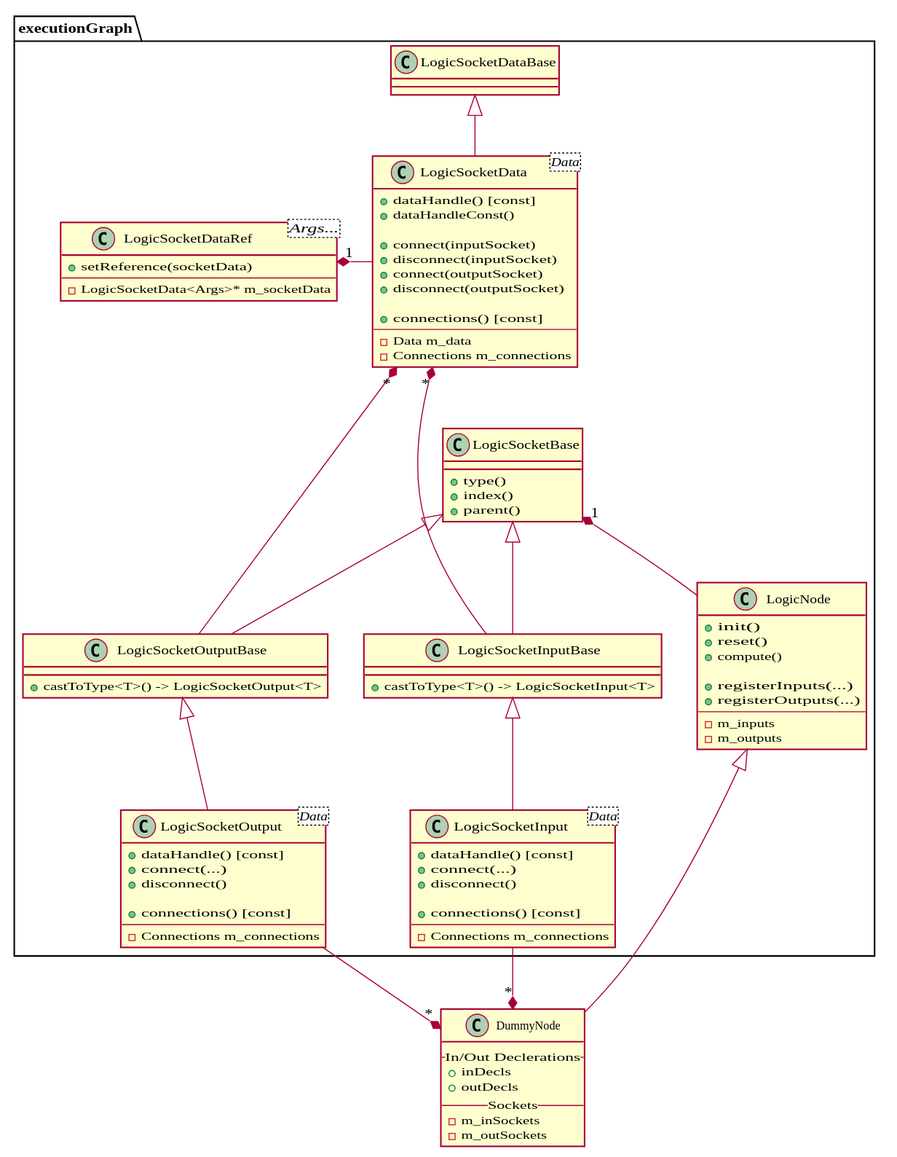
gabyx/ExecutionGraph keeps this PlantUML diagram as docs/design/core.svg. Above is the earlier version.
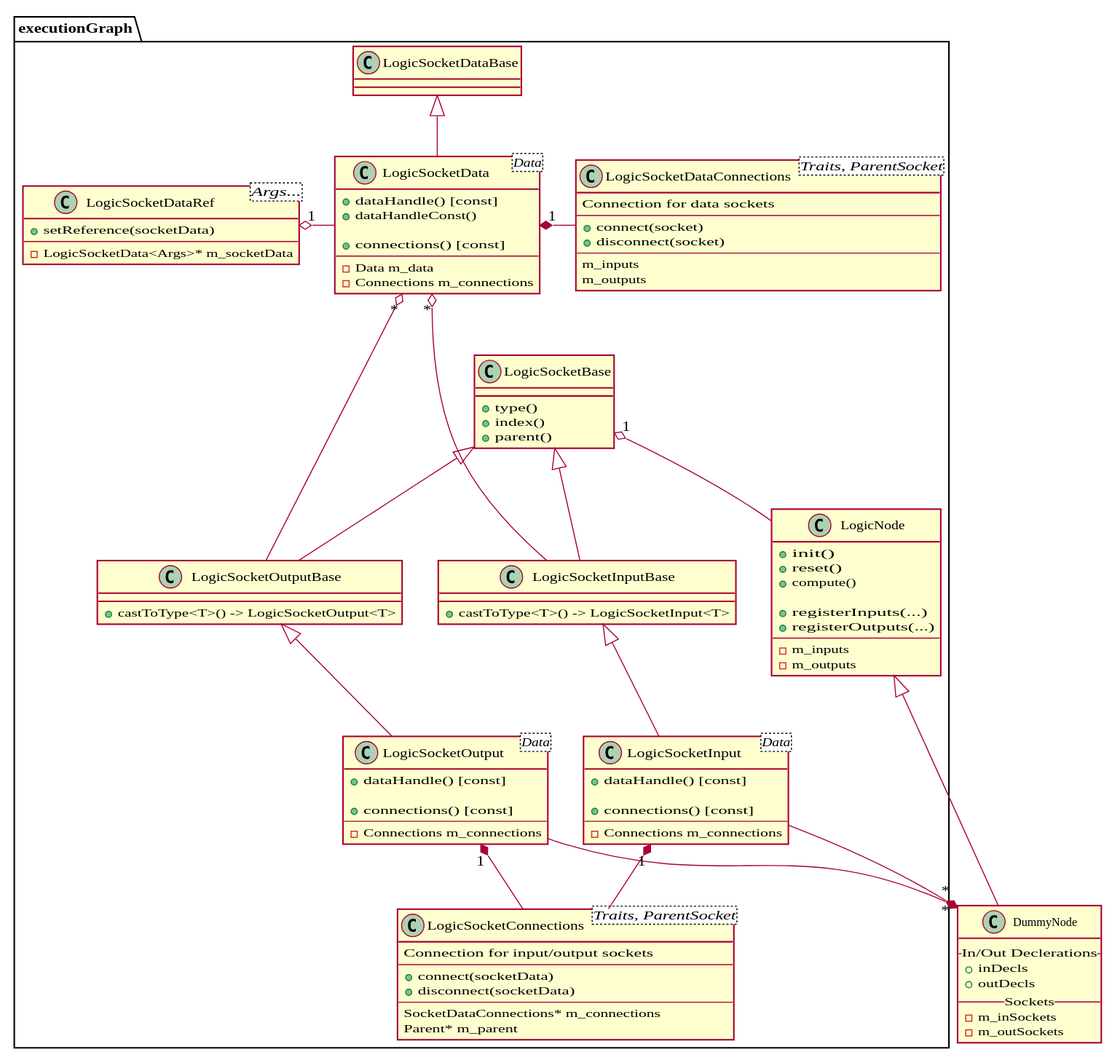
The same diagram one commit later.

Diff of the diagram source:
```diff
@@ -28,8 +28,6 @@
 
     class LogicSocketInput<Data> {
         + dataHandle() [const]
-        + connect(...)
-        + disconnect()
 
         + connections() [const]
         --
@@ -38,8 +36,6 @@
 
     class LogicSocketOutput<Data> {
         + dataHandle() [const]
-        + connect(...)
-        + disconnect()
 
         + connections() [const]
         --
@@ -60,14 +56,29 @@
         + castToType<T>() -> LogicSocketOutput<T>
     }
 
+    class LogicSocketConnections<Traits, ParentSocket>{
+        Connection for input/output sockets
+        --
+        + connect(socketData)
+        + disconnect(socketData)
+        --
+        SocketDataConnections* m_connections
+        Parent* m_parent
+    }
+
+    class LogicSocketDataConnections<Traits, ParentSocket>{
+        Connection for data sockets
+        --
+        + connect(socket)
+        + disconnect(socket)
+        --
+        m_inputs
+        m_outputs
+    }
+
     class LogicSocketData<Data>{
         + dataHandle() [const]
         + dataHandleConst()
-
-        + connect(inputSocket)
-        + disconnect(inputSocket)
-        + connect(outputSocket)
-        + disconnect(outputSocket)
 
         + connections() [const]
         --
@@ -100,13 +111,18 @@
 DummyNode "*" *-up- executionGraph::LogicSocketInput
 DummyNode "*" *-up- executionGraph::LogicSocketOutput
 
-executionGraph::LogicSocketBase "1" *-down- executionGraph::LogicNode
+executionGraph::LogicSocketBase "1" o-down- executionGraph::LogicNode
 
 executionGraph::LogicSocketData -up-|>  executionGraph::LogicSocketDataBase
 
-executionGraph::LogicSocketData "*" *-down- executionGraph::LogicSocketInputBase
-executionGraph::LogicSocketData "*" *-down- executionGraph::LogicSocketOutputBase
+executionGraph::LogicSocketData "*" o-down- executionGraph::LogicSocketInputBase
+executionGraph::LogicSocketData "*" o-down- executionGraph::LogicSocketOutputBase
 
-executionGraph::LogicSocketData -right-* "1" executionGraph::LogicSocketDataRef
+executionGraph::LogicSocketData -right-o "1" executionGraph::LogicSocketDataRef
 
+
+executionGraph::LogicSocketInput "1" *-- executionGraph::LogicSocketConnections
+executionGraph::LogicSocketOutput "1" *-- executionGraph::LogicSocketConnections
+
+executionGraph::LogicSocketData "1" *-right- executionGraph::LogicSocketDataConnections
 @enduml
```
